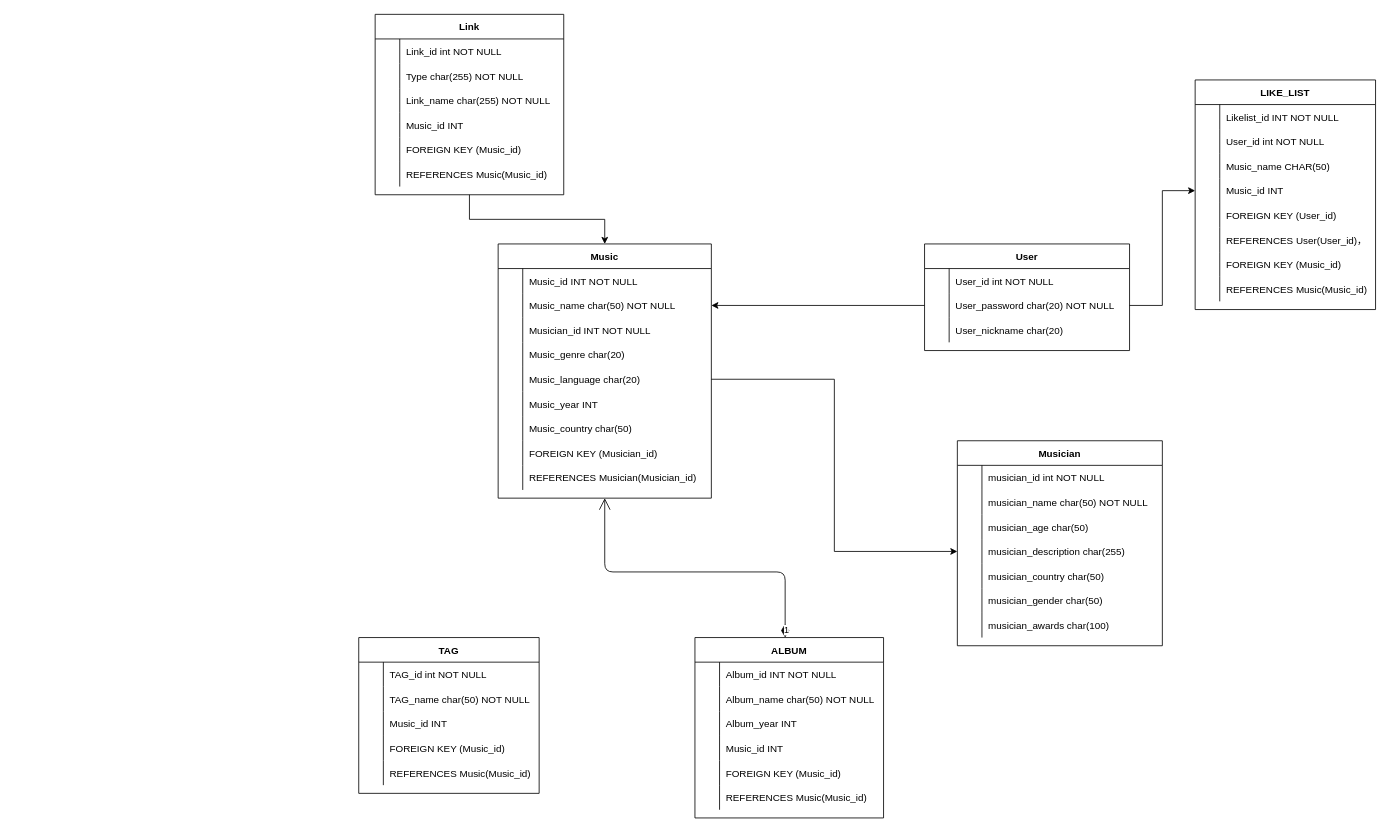
Earlier version of the draw.io diagram Stage2.drawio (neo99zhang/CS411-Project-Tornado-Music). Source tidied: cells renumbered, new cells numbered last; positions are measured from the earlier drawing's top-left corner, leaving out a move shared by most shapes. Both pictures are drawn from the tidied source at 82%, with x=0, y=0 at pixel (358, 14).
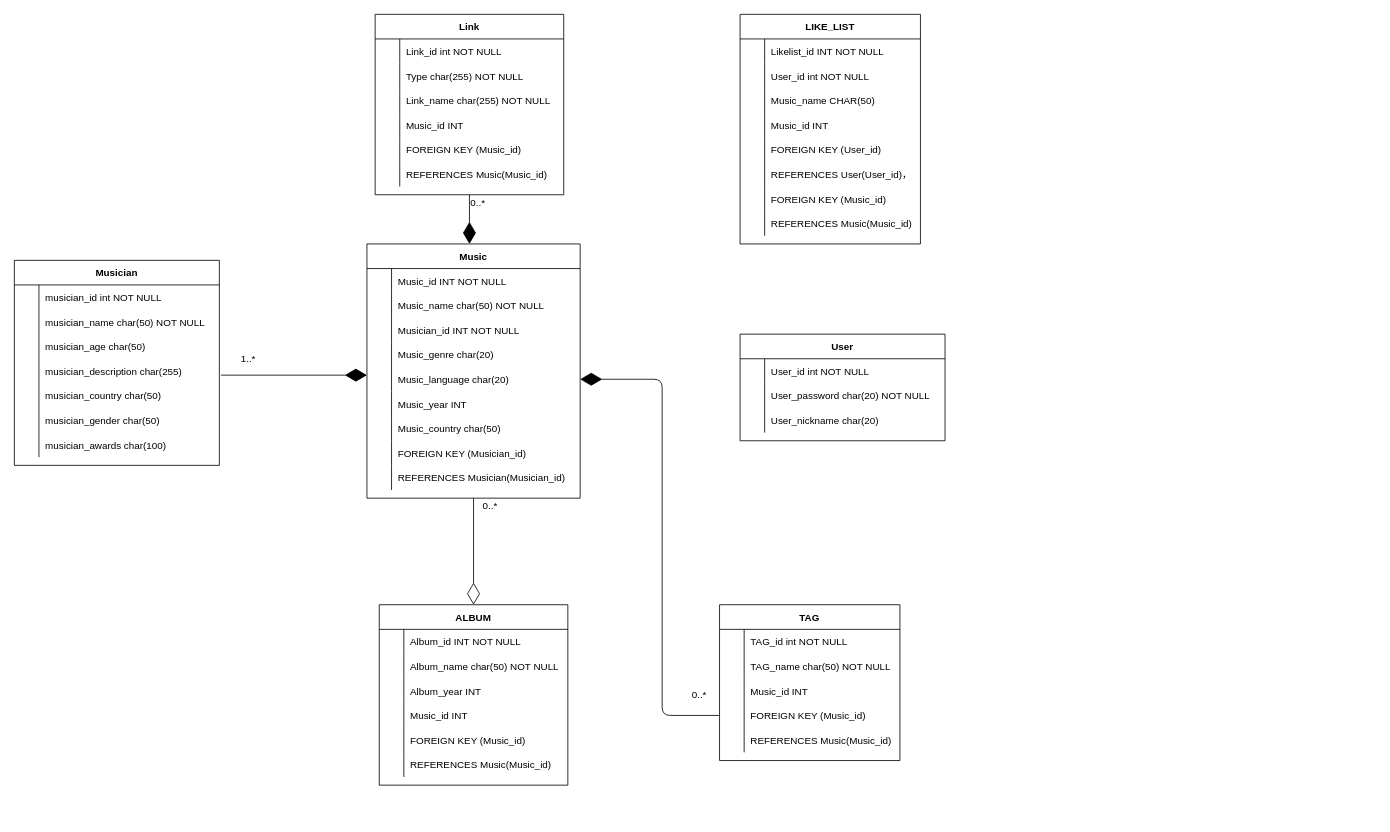
The same diagram, later.

Unchanged cells that the change refers to:
```xml
<mxCell id="6" style="shape=partialRectangle;fillColor=none;points=[[0,0.5],[1,0.5]];portConstraint=eastwest;top=0;left=0;right=0;bottom=0;" parent="2" vertex="1">
  <mxGeometry y="60" width="250" height="30" as="geometry" />
</mxCell>
<mxCell id="22" style="shape=partialRectangle;fillColor=none;points=[[0,0.5],[1,0.5]];portConstraint=eastwest;top=0;left=0;right=0;bottom=0;" parent="12" vertex="1">
  <mxGeometry y="120" width="250" height="30" as="geometry" />
</mxCell>
<mxCell id="38" style="shape=partialRectangle;fillColor=none;points=[[0,0.5],[1,0.5]];portConstraint=eastwest;top=0;left=0;right=0;bottom=0;" parent="34" vertex="1">
  <mxGeometry y="60" width="260" height="30" as="geometry" />
</mxCell>
<mxCell id="47" style="shape=partialRectangle;fillColor=none;points=[[0,0.5],[1,0.5]];portConstraint=eastwest;top=0;left=0;right=0;bottom=0;" parent="34" vertex="1">
  <mxGeometry y="150" width="260" height="30" as="geometry" />
</mxCell>
<mxCell id="63" value="Link" style="shape=table;startSize=30;childLayout=tableLayout;rowLines=0;fontStyle=1;align=center;" parent="1" vertex="1">
  <mxGeometry x="20" width="230" height="220" as="geometry" />
</mxCell>
<mxCell id="92" style="shape=partialRectangle;fillColor=none;points=[[0,0.5],[1,0.5]];portConstraint=eastwest;top=0;left=0;right=0;bottom=0;" parent="82" vertex="1">
  <mxGeometry y="120" width="220" height="30" as="geometry" />
</mxCell>
<mxCell id="108" style="shape=partialRectangle;fillColor=none;points=[[0,0.5],[1,0.5]];portConstraint=eastwest;top=0;left=0;right=0;bottom=0;" parent="98" vertex="1">
  <mxGeometry y="120" width="220" height="30" as="geometry" />
</mxCell>
```

The edit, as a diff of the source:
```diff
@@
     <mxCell id="2" value="User" style="shape=table;startSize=30;childLayout=tableLayout;rowLines=0;fontStyle=1;align=center;" parent="1" vertex="1">
-      <mxGeometry x="690" y="280" width="250" height="130" as="geometry" />
+      <mxGeometry x="465" y="390" width="250" height="130" as="geometry" />
     </mxCell>
@@
     <mxCell id="12" value="Musician" style="shape=table;startSize=30;childLayout=tableLayout;rowLines=0;fontStyle=1;align=center;" parent="1" vertex="1">
-      <mxGeometry x="730" y="520" width="250" height="250" as="geometry" />
+      <mxGeometry x="-420" y="300" width="250" height="250" as="geometry" />
     </mxCell>
@@
     <mxCell id="34" value="Music" style="shape=table;startSize=30;childLayout=tableLayout;rowLines=0;fontStyle=1;align=center;" parent="1" vertex="1">
-      <mxGeometry x="170" y="280" width="260" height="310" as="geometry" />
+      <mxGeometry x="10" y="280" width="260" height="310" as="geometry" />
     </mxCell>
@@
-    <mxCell id="62" style="edgeStyle=orthogonalEdgeStyle;rounded=0;jettySize=auto;html=1;exitX=0.5;exitY=1;exitDx=0;exitDy=0;" parent="1" edge="1" source="63" target="34">
-      <mxGeometry relative="1" as="geometry" />
-    </mxCell>
@@
     <mxCell id="82" value="TAG" style="shape=table;startSize=30;childLayout=tableLayout;rowLines=0;fontStyle=1;align=center;" parent="1" vertex="1">
-      <mxGeometry y="760" width="220" height="190" as="geometry" />
+      <mxGeometry x="440" y="720" width="220" height="190" as="geometry" />
     </mxCell>
@@
     <mxCell id="98" value="LIKE_LIST" style="shape=table;startSize=30;childLayout=tableLayout;rowLines=0;fontStyle=1;align=center;" parent="1" vertex="1">
-      <mxGeometry x="1020" y="80" width="220" height="280" as="geometry" />
+      <mxGeometry x="465" width="220" height="280" as="geometry" />
     </mxCell>
@@
     <mxCell id="123" value="ALBUM" style="shape=table;startSize=30;childLayout=tableLayout;rowLines=0;fontStyle=1;align=center;" parent="1" vertex="1">
-      <mxGeometry x="410" y="760" width="230" height="220" as="geometry" />
+      <mxGeometry x="25" y="720" width="230" height="220" as="geometry" />
     </mxCell>
@@
-    <mxCell id="142" style="edgeStyle=orthogonalEdgeStyle;rounded=0;jettySize=auto;html=1;exitX=1;exitY=0.5;exitDx=0;exitDy=0;entryX=0;entryY=0.5;entryDx=0;entryDy=0;" parent="1" edge="1" source="47" target="22">
-      <mxGeometry relative="1" as="geometry" />
-    </mxCell>
-    <mxCell id="143" style="edgeStyle=orthogonalEdgeStyle;rounded=0;jettySize=auto;html=1;exitX=0;exitY=0.5;exitDx=0;exitDy=0;entryX=1;entryY=0.5;entryDx=0;entryDy=0;" parent="1" edge="1" source="6" target="38">
-      <mxGeometry relative="1" as="geometry" />
-    </mxCell>
-    <mxCell id="144" style="edgeStyle=orthogonalEdgeStyle;rounded=0;jettySize=auto;html=1;exitX=1;exitY=0.5;exitDx=0;exitDy=0;entryX=0;entryY=0.5;entryDx=0;entryDy=0;" parent="1" edge="1" source="6" target="108">
-      <mxGeometry relative="1" as="geometry" />
-    </mxCell>
-    <mxCell id="145" value="1" style="endArrow=open;html=1;endSize=12;startArrow=diamondThin;startSize=14;startFill=1;edgeStyle=orthogonalEdgeStyle;align=left;verticalAlign=bottom;entryX=0.5;entryY=1;entryDx=0;entryDy=0;" parent="1" edge="1" target="34">
-      <mxGeometry x="-1" y="3" relative="1" as="geometry">
-        <mxPoint x="520" y="760" as="sourcePoint" />
-        <Array as="points">
-          <mxPoint x="520" y="680" />
-          <mxPoint x="300" y="680" />
-        </Array>
-      </mxGeometry>
-    </mxCell>
+    <mxCell id="146" style="endArrow=diamondThin;endFill=0;endSize=24;html=1;exitX=0.5;exitY=1;exitDx=0;exitDy=0;entryX=0.5;entryY=0;entryDx=0;entryDy=0;" parent="1" edge="1" source="34" target="123">
+      <mxGeometry relative="1" as="geometry" />
+    </mxCell>
+    <mxCell id="147" value="0..*" style="text;html=1;align=center;verticalAlign=middle;strokeColor=none;fillColor=none;" parent="1" vertex="1">
+      <mxGeometry x="145" y="590" width="30" height="20" as="geometry" />
+    </mxCell>
+    <mxCell id="148" value="1..*" style="text;html=1;align=center;verticalAlign=middle;strokeColor=none;fillColor=none;" parent="1" vertex="1">
+      <mxGeometry x="-150" y="410" width="30" height="20" as="geometry" />
+    </mxCell>
+    <mxCell id="149" style="endArrow=diamondThin;endFill=1;endSize=24;html=1;" parent="1" edge="1">
+      <mxGeometry relative="1" as="geometry">
+        <mxPoint x="-168" y="440" as="sourcePoint" />
+        <mxPoint x="10" y="440" as="targetPoint" />
+      </mxGeometry>
+    </mxCell>
+    <mxCell id="150" style="endArrow=diamondThin;endFill=1;endSize=24;html=1;exitX=0.5;exitY=1;exitDx=0;exitDy=0;" parent="1" edge="1" source="63">
+      <mxGeometry relative="1" as="geometry">
+        <mxPoint x="135" y="280" as="targetPoint" />
+      </mxGeometry>
+    </mxCell>
+    <mxCell id="151" value="0..*" style="text;html=1;align=center;verticalAlign=middle;strokeColor=none;fillColor=none;" parent="1" vertex="1">
+      <mxGeometry x="130" y="220" width="30" height="20" as="geometry" />
+    </mxCell>
+    <mxCell id="152" style="endArrow=diamondThin;endFill=1;endSize=24;html=1;entryX=1;entryY=0.5;entryDx=0;entryDy=0;exitX=0;exitY=0.5;exitDx=0;exitDy=0;" parent="1" edge="1" source="92" target="47">
+      <mxGeometry relative="1" as="geometry">
+        <Array as="points">
+          <mxPoint x="370" y="855" />
+          <mxPoint x="370" y="445" />
+        </Array>
+      </mxGeometry>
+    </mxCell>
+    <mxCell id="153" value="0..*" style="text;html=1;align=center;verticalAlign=middle;strokeColor=none;fillColor=none;" parent="1" vertex="1">
+      <mxGeometry x="400" y="820" width="30" height="20" as="geometry" />
+    </mxCell>
```
